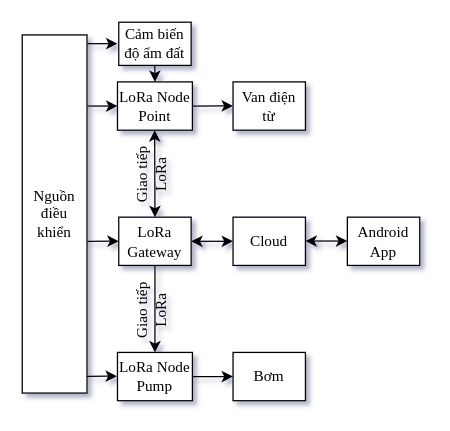
The draw.io diagram Bieu do chung.drawio in loc145/bieudo, before the edit. Source tidied: cells renumbered, new cells numbered last; positions are measured from the earlier drawing's top-left corner, leaving out a move shared by most shapes. Both pictures are drawn from the tidied source at 127%, with x=0, y=0 at pixel (22, 22).
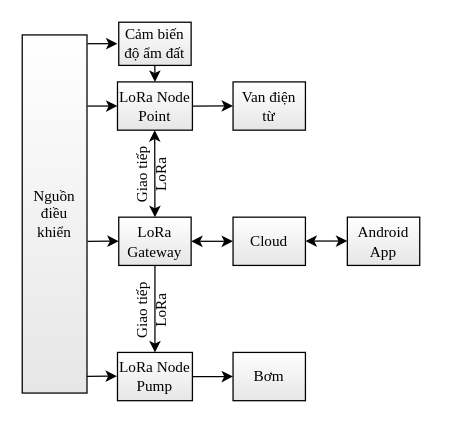
The same diagram, later.

Diff of the diagram source:
```diff
@@
-<mxGraphModel shadow="1">
+<mxGraphModel>
@@
-    <mxCell id="2" value="&lt;font face=&quot;Times New Roman&quot; style=&quot;font-size: 12px&quot;&gt;Nguồn&lt;br&gt;điều khiển&lt;br&gt;&lt;/font&gt;" style="rounded=0;whiteSpace=wrap;html=1;" parent="1" vertex="1">
+    <mxCell id="2" value="&lt;font face=&quot;Times New Roman&quot; style=&quot;font-size: 12px&quot;&gt;Nguồn&lt;br&gt;điều khiển&lt;br&gt;&lt;/font&gt;" style="rounded=0;whiteSpace=wrap;html=1;shadow=0;glass=0;sketch=0;gradientColor=#E6E6E6;" parent="1" vertex="1">
       <mxGeometry y="10" width="51" height="282" as="geometry" />
     </mxCell>
-    <mxCell id="3" value="&lt;font face=&quot;Times New Roman&quot;&gt;&lt;font style=&quot;font-size: 12px&quot;&gt;LoRa Node Point&lt;/font&gt;&lt;br&gt;&lt;/font&gt;" style="rounded=0;whiteSpace=wrap;html=1;" parent="1" vertex="1">
+    <mxCell id="3" value="&lt;font face=&quot;Times New Roman&quot;&gt;&lt;font style=&quot;font-size: 12px&quot;&gt;LoRa Node Point&lt;/font&gt;&lt;br&gt;&lt;/font&gt;" style="rounded=0;whiteSpace=wrap;html=1;gradientColor=#E6E6E6;" parent="1" vertex="1">
       <mxGeometry x="75" y="47" width="59" height="38" as="geometry" />
     </mxCell>
-    <mxCell id="4" value="&lt;font face=&quot;Times New Roman&quot;&gt;&lt;font style=&quot;font-size: 12px&quot;&gt;LoRa Node Pump&lt;/font&gt;&lt;br&gt;&lt;/font&gt;" style="rounded=0;whiteSpace=wrap;html=1;" parent="1" vertex="1">
+    <mxCell id="4" value="&lt;font face=&quot;Times New Roman&quot;&gt;&lt;font style=&quot;font-size: 12px&quot;&gt;LoRa Node Pump&lt;/font&gt;&lt;br&gt;&lt;/font&gt;" style="rounded=0;whiteSpace=wrap;html=1;gradientColor=#E6E6E6;" parent="1" vertex="1">
       <mxGeometry x="75" y="260" width="59" height="38" as="geometry" />
     </mxCell>
-    <mxCell id="5" value="&lt;font face=&quot;Times New Roman&quot;&gt;&lt;font style=&quot;font-size: 12px&quot;&gt;LoRa Gateway&lt;/font&gt;&lt;br&gt;&lt;/font&gt;" style="rounded=0;whiteSpace=wrap;html=1;" parent="1" vertex="1">
+    <mxCell id="5" value="&lt;font face=&quot;Times New Roman&quot;&gt;&lt;font style=&quot;font-size: 12px&quot;&gt;LoRa Gateway&lt;/font&gt;&lt;br&gt;&lt;/font&gt;" style="rounded=0;whiteSpace=wrap;html=1;gradientColor=#E6E6E6;" parent="1" vertex="1">
       <mxGeometry x="76" y="153.5" width="57" height="38" as="geometry" />
     </mxCell>
-    <mxCell id="6" value="&lt;font face=&quot;Times New Roman&quot;&gt;&lt;font style=&quot;font-size: 12px&quot;&gt;Cảm biến độ ẩm đất&lt;/font&gt;&lt;br&gt;&lt;/font&gt;" style="rounded=0;whiteSpace=wrap;html=1;" parent="1" vertex="1">
+    <mxCell id="6" value="&lt;font face=&quot;Times New Roman&quot;&gt;&lt;font style=&quot;font-size: 12px&quot;&gt;Cảm biến độ ẩm đất&lt;/font&gt;&lt;br&gt;&lt;/font&gt;" style="rounded=0;whiteSpace=wrap;html=1;gradientColor=#E6E6E6;" parent="1" vertex="1">
       <mxGeometry x="76" width="57" height="34" as="geometry" />
     </mxCell>
-    <mxCell id="7" value="&lt;font face=&quot;Times New Roman&quot;&gt;&lt;font style=&quot;font-size: 12px&quot;&gt;Bơm&lt;/font&gt;&lt;br&gt;&lt;/font&gt;" style="rounded=0;whiteSpace=wrap;html=1;" parent="1" vertex="1">
+    <mxCell id="7" value="&lt;font face=&quot;Times New Roman&quot;&gt;&lt;font style=&quot;font-size: 12px&quot;&gt;Bơm&lt;/font&gt;&lt;br&gt;&lt;/font&gt;" style="rounded=0;whiteSpace=wrap;html=1;gradientColor=#E6E6E6;" parent="1" vertex="1">
       <mxGeometry x="166" y="260" width="57" height="38" as="geometry" />
     </mxCell>
@@
-    <mxCell id="9" value="&lt;font face=&quot;Times New Roman&quot;&gt;&lt;font style=&quot;font-size: 12px&quot;&gt;Van điện từ&lt;/font&gt;&lt;br&gt;&lt;/font&gt;" style="rounded=0;whiteSpace=wrap;html=1;" parent="1" vertex="1">
+    <mxCell id="9" value="&lt;font face=&quot;Times New Roman&quot;&gt;&lt;font style=&quot;font-size: 12px&quot;&gt;Van điện từ&lt;/font&gt;&lt;br&gt;&lt;/font&gt;" style="rounded=0;whiteSpace=wrap;html=1;gradientColor=#E6E6E6;" parent="1" vertex="1">
       <mxGeometry x="166" y="47" width="57" height="38" as="geometry" />
     </mxCell>
@@
-    <mxCell id="13" value="Giao tiếp LoRa" style="text;html=1;strokeColor=none;fillColor=none;align=center;verticalAlign=middle;whiteSpace=wrap;rounded=0;fontFamily=Times New Roman;rotation=-90;" parent="1" vertex="1">
+    <mxCell id="13" value="Giao tiếp LoRa" style="text;html=1;strokeColor=none;align=center;verticalAlign=middle;whiteSpace=wrap;rounded=0;fontFamily=Times New Roman;rotation=-90;fontStyle=0;" parent="1" vertex="1">
       <mxGeometry x="78" y="110" width="48" height="20" as="geometry" />
     </mxCell>
@@
-    <mxCell id="16" value="&lt;font face=&quot;Times New Roman&quot;&gt;Cloud&lt;br&gt;&lt;/font&gt;" style="rounded=0;whiteSpace=wrap;html=1;" parent="1" vertex="1">
+    <mxCell id="16" value="&lt;font face=&quot;Times New Roman&quot;&gt;Cloud&lt;br&gt;&lt;/font&gt;" style="rounded=0;whiteSpace=wrap;html=1;gradientColor=#E6E6E6;" parent="1" vertex="1">
       <mxGeometry x="166" y="153.5" width="57" height="38" as="geometry" />
     </mxCell>
-    <mxCell id="17" value="&lt;font face=&quot;Times New Roman&quot;&gt;Android&lt;br&gt;App&lt;br&gt;&lt;/font&gt;" style="rounded=0;whiteSpace=wrap;html=1;" parent="1" vertex="1">
+    <mxCell id="17" value="&lt;font face=&quot;Times New Roman&quot;&gt;Android&lt;br&gt;App&lt;br&gt;&lt;/font&gt;" style="rounded=0;whiteSpace=wrap;html=1;gradientColor=#E6E6E6;" parent="1" vertex="1">
       <mxGeometry x="256" y="153.5" width="57" height="38" as="geometry" />
     </mxCell>
```
